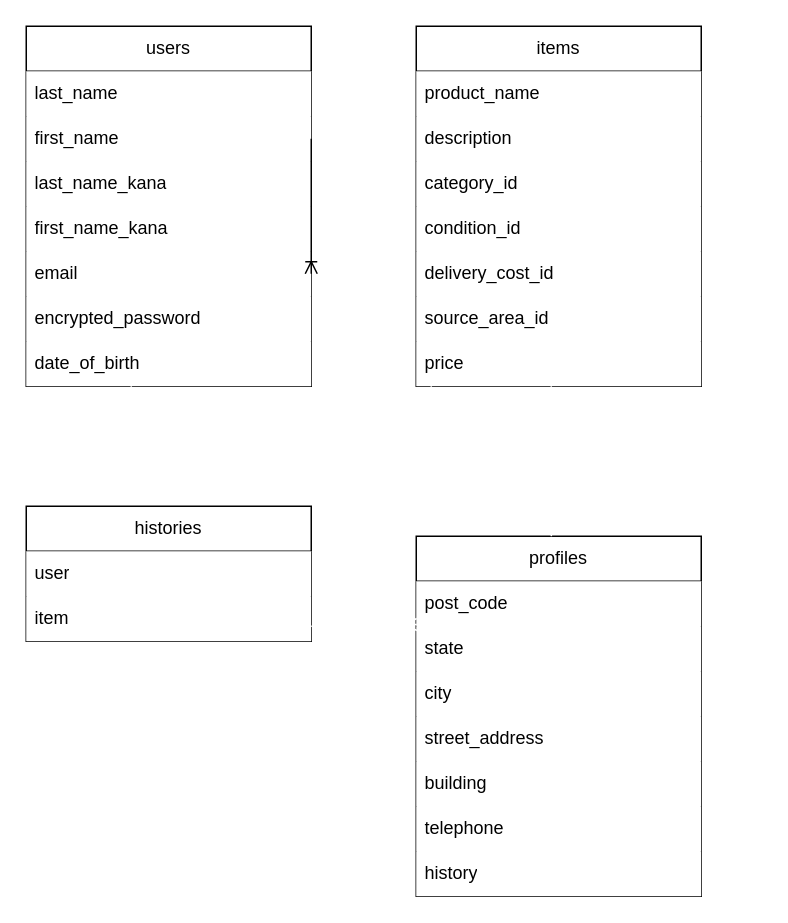
Before: furima-39699.dio in nosukepg1997/furima-39699, a draw.io diagram. Source tidied: cells renumbered, new cells numbered last; positions are measured from the earlier drawing's top-left corner, leaving out a move shared by most shapes. Both pictures are drawn from the tidied source at 150%, with x=0, y=0 at pixel (26, 26).
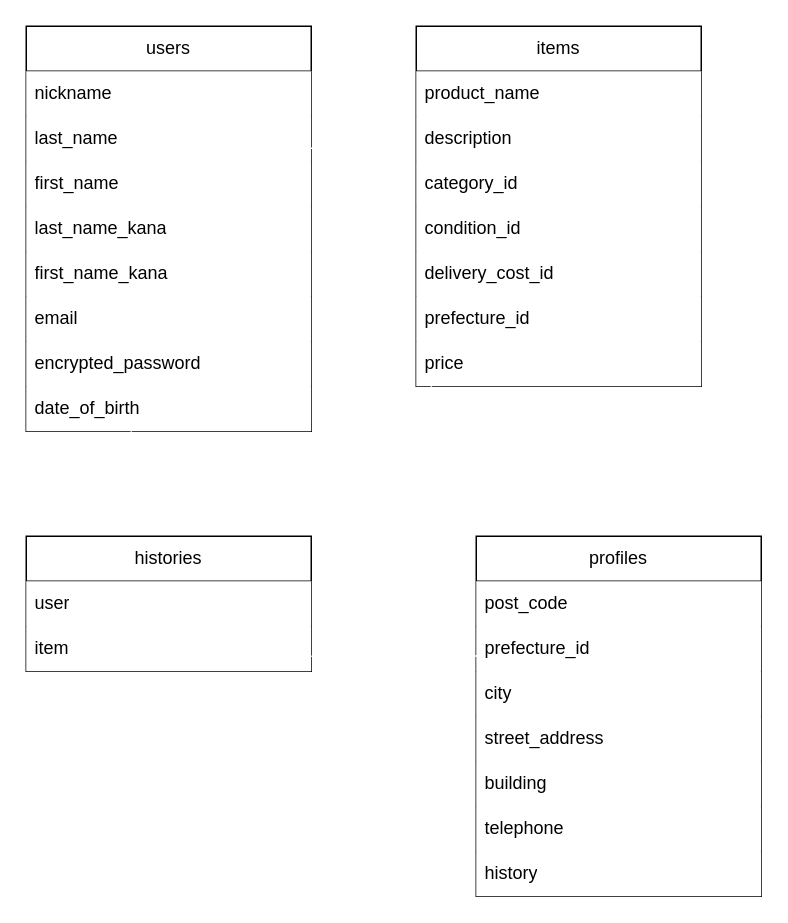
Above is the later version.

Commit message (it also covers changes not shown here):
レビュー修正2

The change refers to these unchanged cells:
```xml
<mxCell id="11" value="items" style="swimlane;fontStyle=0;horizontal=1;startSize=30;whiteSpace=wrap;html=1;fillColor=default;" parent="1" vertex="1">
  <mxGeometry x="260" width="190" height="240" as="geometry" />
</mxCell>
<mxCell id="33" value="item" style="text;strokeColor=none;fillColor=default;align=left;verticalAlign=middle;spacingLeft=4;spacingRight=4;overflow=hidden;points=[[0,0.5],[1,0.5]];portConstraint=eastwest;whiteSpace=wrap;html=1;" parent="31" vertex="1">
  <mxGeometry y="60" width="190" height="30" as="geometry" />
</mxCell>
```

Change to the diagram source:
```diff
@@
     <mxCell id="2" value="users" style="swimlane;fontStyle=0;horizontal=1;startSize=30;whiteSpace=wrap;html=1;fontColor=default;" parent="1" vertex="1">
-      <mxGeometry width="190" height="240" as="geometry" />
+      <mxGeometry width="190" height="270" as="geometry" />
     </mxCell>
+    <mxCell id="36" value="nickname" style="text;align=left;verticalAlign=middle;spacingLeft=4;spacingRight=4;overflow=hidden;whiteSpace=wrap;html=1;fillColor=default;" parent="2" vertex="1">
+      <mxGeometry y="30" width="190" height="30" as="geometry" />
+    </mxCell>
     <mxCell id="3" value="last_name&amp;nbsp;" style="text;align=left;verticalAlign=middle;spacingLeft=4;spacingRight=4;overflow=hidden;whiteSpace=wrap;html=1;fillColor=default;" parent="2" vertex="1">
-      <mxGeometry y="30" width="190" height="30" as="geometry" />
+      <mxGeometry y="60" width="190" height="30" as="geometry" />
     </mxCell>
     <mxCell id="4" value="first_name" style="text;align=left;verticalAlign=middle;spacingLeft=4;spacingRight=4;overflow=hidden;whiteSpace=wrap;html=1;fillColor=default;" parent="2" vertex="1">
-      <mxGeometry y="60" width="190" height="30" as="geometry" />
+      <mxGeometry y="90" width="190" height="30" as="geometry" />
     </mxCell>
     <mxCell id="5" value="last_name_kana" style="text;align=left;verticalAlign=middle;spacingLeft=4;spacingRight=4;overflow=hidden;whiteSpace=wrap;html=1;fillColor=default;" parent="2" vertex="1">
-      <mxGeometry y="90" width="190" height="30" as="geometry" />
+      <mxGeometry y="120" width="190" height="30" as="geometry" />
     </mxCell>
     <mxCell id="6" value="first_name_kana" style="text;align=left;verticalAlign=middle;spacingLeft=4;spacingRight=4;overflow=hidden;whiteSpace=wrap;html=1;fillColor=default;" parent="2" vertex="1">
-      <mxGeometry y="120" width="190" height="30" as="geometry" />
+      <mxGeometry y="150" width="190" height="30" as="geometry" />
     </mxCell>
     <mxCell id="7" value="email" style="text;align=left;verticalAlign=middle;spacingLeft=4;spacingRight=4;overflow=hidden;points=[[0,0.5],[1,0.5]];portConstraint=eastwest;whiteSpace=wrap;html=1;fillColor=default;" parent="2" vertex="1">
-      <mxGeometry y="150" width="190" height="30" as="geometry" />
+      <mxGeometry y="180" width="190" height="30" as="geometry" />
     </mxCell>
     <mxCell id="8" value="encrypted_password" style="text;align=left;verticalAlign=middle;spacingLeft=4;spacingRight=4;overflow=hidden;whiteSpace=wrap;html=1;fillColor=default;" parent="2" vertex="1">
-      <mxGeometry y="180" width="190" height="30" as="geometry" />
+      <mxGeometry y="210" width="190" height="30" as="geometry" />
     </mxCell>
     <mxCell id="9" value="date_of_birth" style="text;align=left;verticalAlign=middle;spacingLeft=4;spacingRight=4;overflow=hidden;whiteSpace=wrap;html=1;fillColor=default;" parent="2" vertex="1">
-      <mxGeometry y="210" width="190" height="30" as="geometry" />
+      <mxGeometry y="240" width="190" height="30" as="geometry" />
     </mxCell>
@@
-    <mxCell id="17" value="source_area_id" style="text;strokeColor=none;fillColor=default;align=left;verticalAlign=middle;spacingLeft=4;spacingRight=4;overflow=hidden;whiteSpace=wrap;html=1;" parent="11" vertex="1">
+    <mxCell id="17" value="prefecture_id" style="text;strokeColor=none;fillColor=default;align=left;verticalAlign=middle;spacingLeft=4;spacingRight=4;overflow=hidden;whiteSpace=wrap;html=1;" parent="11" vertex="1">
       <mxGeometry y="180" width="190" height="30" as="geometry" />
     </mxCell>
@@
-    <mxCell id="19" style="edgeStyle=none;html=1;exitX=1;exitY=0.5;exitDx=0;exitDy=0;startArrow=ERoneToMany;startFill=0;endArrow=none;endFill=0;" parent="1" edge="1" source="7">
-      <mxGeometry relative="1" as="geometry">
-        <mxPoint x="190" y="75" as="targetPoint" />
-      </mxGeometry>
-    </mxCell>
     <mxCell id="20" value="profiles" style="swimlane;fontStyle=0;horizontal=1;startSize=30;whiteSpace=wrap;html=1;" parent="1" vertex="1">
-      <mxGeometry x="260" y="340" width="190" height="240" as="geometry" />
+      <mxGeometry x="300" y="340" width="190" height="240" as="geometry" />
     </mxCell>
@@
-    <mxCell id="22" value="state" style="text;strokeColor=none;fillColor=default;align=left;verticalAlign=middle;spacingLeft=4;spacingRight=4;overflow=hidden;points=[[0,0.5],[1,0.5]];portConstraint=eastwest;whiteSpace=wrap;html=1;" parent="20" vertex="1">
+    <mxCell id="22" value="prefecture_id" style="text;strokeColor=none;fillColor=default;align=left;verticalAlign=middle;spacingLeft=4;spacingRight=4;overflow=hidden;points=[[0,0.5],[1,0.5]];portConstraint=eastwest;whiteSpace=wrap;html=1;" parent="20" vertex="1">
       <mxGeometry y="60" width="190" height="30" as="geometry" />
     </mxCell>
@@
-    <mxCell id="28" style="edgeStyle=none;html=1;startArrow=ERone;startFill=0;endArrow=ERmany;endFill=0;strokeColor=#FFFFFF;" parent="1" edge="1">
+    <mxCell id="28" style="edgeStyle=none;html=1;startArrow=ERone;startFill=0;endArrow=ERmany;endFill=0;strokeColor=#FFFFFF;entryX=0.367;entryY=0.018;entryDx=0;entryDy=0;entryPerimeter=0;" parent="1" edge="1" target="31">
       <mxGeometry relative="1" as="geometry">
-        <mxPoint x="70" y="240" as="sourcePoint" />
-        <mxPoint x="70" y="320" as="targetPoint" />
+        <mxPoint x="70" y="270" as="sourcePoint" />
       </mxGeometry>
     </mxCell>
     <mxCell id="29" style="edgeStyle=none;html=1;startArrow=ERone;startFill=0;endArrow=none;endFill=0;strokeColor=#FFFFFF;" parent="1" edge="1">
       <mxGeometry relative="1" as="geometry">
         <mxPoint x="270" y="240" as="sourcePoint" />
-        <mxPoint x="270" y="330" as="targetPoint" />
+        <mxPoint x="270" y="360" as="targetPoint" />
       </mxGeometry>
     </mxCell>
-    <mxCell id="30" style="edgeStyle=none;html=1;startArrow=ERone;startFill=0;endArrow=none;endFill=0;strokeColor=#FFFFFF;" parent="1" edge="1">
+    <mxCell id="30" style="edgeStyle=none;html=1;startArrow=ERone;startFill=0;endArrow=none;endFill=0;strokeColor=#FFFFFF;exitX=1.005;exitY=0.222;exitDx=0;exitDy=0;exitPerimeter=0;" parent="1" edge="1" source="31">
       <mxGeometry relative="1" as="geometry">
-        <mxPoint x="190" y="330" as="sourcePoint" />
-        <mxPoint x="270" y="330" as="targetPoint" />
+        <mxPoint x="270" y="360" as="targetPoint" />
       </mxGeometry>
     </mxCell>
     <mxCell id="31" value="histories" style="swimlane;fontStyle=0;horizontal=1;startSize=30;whiteSpace=wrap;html=1;" parent="1" vertex="1">
-      <mxGeometry y="320" width="190" height="90" as="geometry" />
+      <mxGeometry y="340" width="190" height="90" as="geometry" />
     </mxCell>
@@
-    <mxCell id="34" style="edgeStyle=none;html=1;startArrow=ERone;startFill=0;endArrow=ERmany;endFill=0;strokeColor=#FFFFFF;exitX=1;exitY=0.667;exitDx=0;exitDy=0;entryX=0.002;entryY=-0.039;entryDx=0;entryDy=0;entryPerimeter=0;exitPerimeter=0;" parent="1" edge="1" source="33" target="22">
+    <mxCell id="34" style="edgeStyle=none;html=1;startArrow=ERone;startFill=0;endArrow=ERone;endFill=0;strokeColor=#FFFFFF;exitX=1;exitY=0.667;exitDx=0;exitDy=0;entryX=0.004;entryY=0.663;entryDx=0;entryDy=0;entryPerimeter=0;exitPerimeter=0;" parent="1" edge="1" source="33" target="22">
       <mxGeometry relative="1" as="geometry" />
     </mxCell>
-    <mxCell id="35" style="edgeStyle=none;html=1;startArrow=ERone;startFill=0;endArrow=ERone;endFill=0;strokeColor=#FFFFFF;entryX=0.474;entryY=0;entryDx=0;entryDy=0;entryPerimeter=0;" parent="1" edge="1" target="20">
-      <mxGeometry relative="1" as="geometry">
-        <mxPoint x="350" y="240" as="sourcePoint" />
-      </mxGeometry>
-    </mxCell>
```
